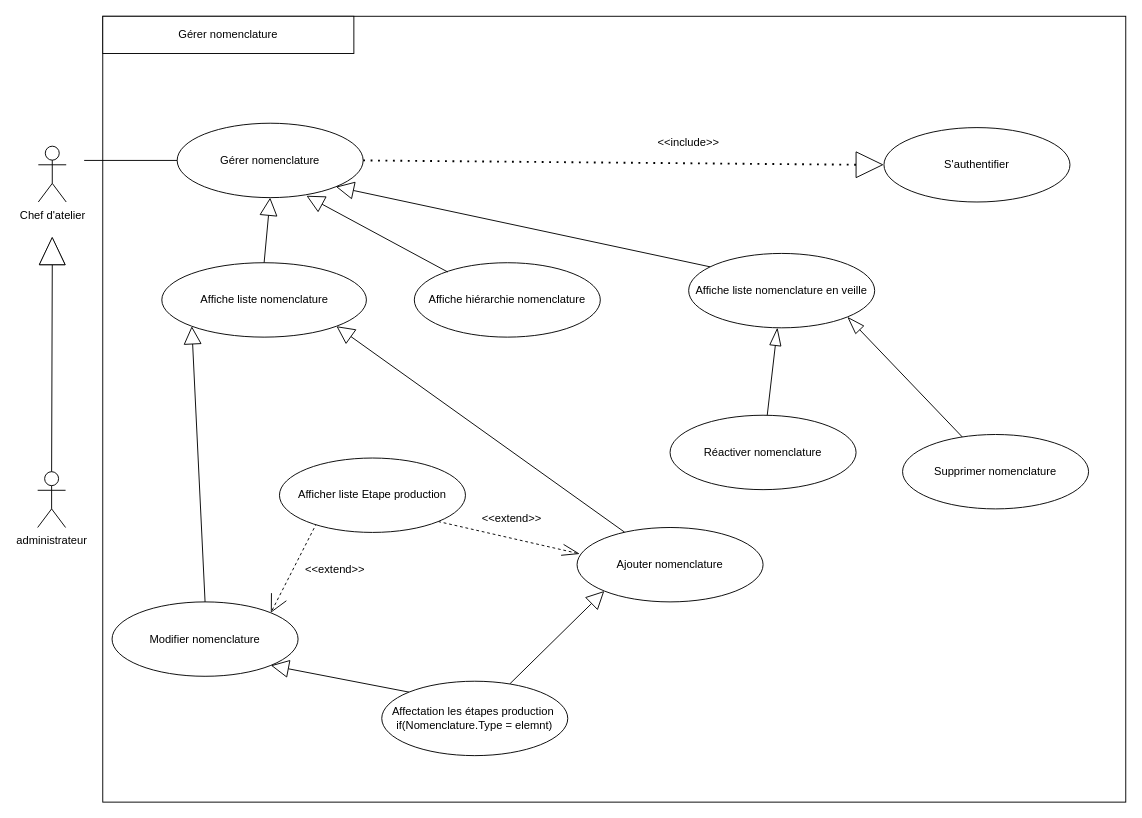
Earlier version of the draw.io diagram GérerNomenclature.drawio (AbdelazizBs/GPAO-SpringApp). Source tidied: cells renumbered, new cells numbered last; positions are measured from the earlier drawing's top-left corner, leaving out a move shared by most shapes. Both pictures are drawn from the tidied source at 93%, with x=0, y=0 at pixel (37, 16).
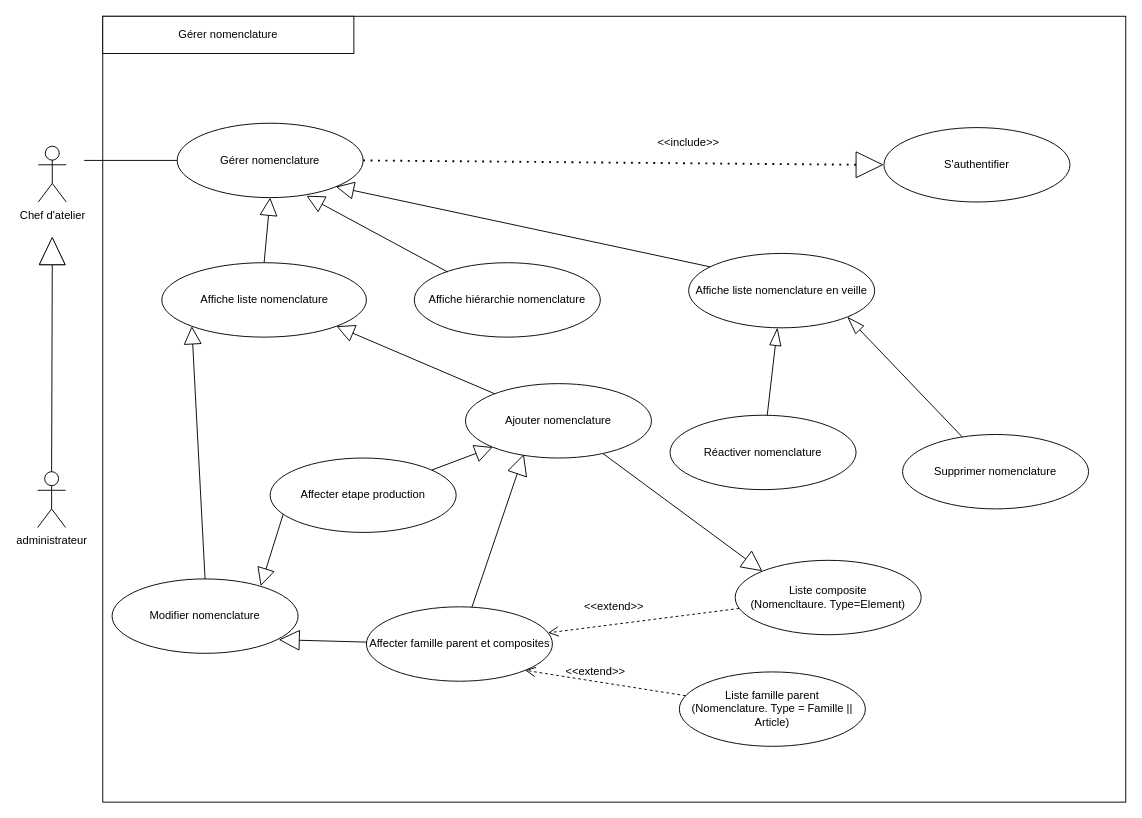
Above is the later version.

Commit message:
Mettre à jour GérerNomenclature.drawio

The change refers to these unchanged cells:
```xml
<mxCell id="5" value="Gérer nomenclature" style="ellipse;whiteSpace=wrap;html=1;" parent="1" vertex="1">
  <mxGeometry x="150" y="115" width="200" height="80" as="geometry" />
</mxCell>
<mxCell id="8" value="Affiche liste nomenclature" style="ellipse;whiteSpace=wrap;html=1;" parent="1" vertex="1">
  <mxGeometry x="133.5" y="265" width="220" height="80" as="geometry" />
</mxCell>
```

The edit, as a diff of the source:
```diff
@@
-    <mxCell id="12" style="rounded=0;jettySize=auto;html=1;exitX=0.2;exitY=0.875;exitDx=0;exitDy=0;endArrow=open;endFill=0;endSize=17;dashed=1;exitPerimeter=0;entryX=1;entryY=0;entryDx=0;entryDy=0;" parent="1" edge="1" source="23" target="13">
-      <mxGeometry relative="1" as="geometry" />
-    </mxCell>
     <mxCell id="13" value="Modifier nomenclature" style="ellipse;whiteSpace=wrap;html=1;" parent="1" vertex="1">
-      <mxGeometry x="80" y="629.7" width="200" height="80" as="geometry" />
+      <mxGeometry x="80" y="605" width="200" height="80" as="geometry" />
     </mxCell>
@@
-    <mxCell id="21" style="rounded=0;jettySize=auto;html=1;entryX=0.014;entryY=0.354;entryDx=0;entryDy=0;entryPerimeter=0;endArrow=openThin;endFill=0;endSize=17;dashed=1;exitX=1;exitY=1;exitDx=0;exitDy=0;" parent="1" edge="1" source="23" target="22">
-      <mxGeometry relative="1" as="geometry" />
-    </mxCell>
+    <mxCell id="37" style="rounded=0;jettySize=auto;html=1;entryX=0;entryY=0;entryDx=0;entryDy=0;endArrow=block;endFill=0;endSize=20;" parent="1" edge="1" source="22" target="40">
+      <mxGeometry relative="1" as="geometry" />
+    </mxCell>
     <mxCell id="22" value="Ajouter nomenclature" style="ellipse;whiteSpace=wrap;html=1;" parent="1" vertex="1">
-      <mxGeometry x="580" y="549.7" width="200" height="80" as="geometry" />
+      <mxGeometry x="460" y="395" width="200" height="80" as="geometry" />
     </mxCell>
+    <mxCell id="38" style="rounded=0;jettySize=auto;html=1;entryX=1;entryY=1;entryDx=0;entryDy=0;dashed=1;endSize=9;endArrow=open;endFill=0;" parent="1" edge="1" source="23" target="42">
+      <mxGeometry relative="1" as="geometry" />
+    </mxCell>
-    <mxCell id="23" value="Afficher liste Etape production" style="ellipse;whiteSpace=wrap;html=1;" parent="1" vertex="1">
-      <mxGeometry x="260" y="475" width="200" height="80" as="geometry" />
+    <mxCell id="23" value="Liste famille parent&lt;br&gt;(Nomenclature. Type = Famille || Article)" style="ellipse;whiteSpace=wrap;html=1;" parent="1" vertex="1">
+      <mxGeometry x="690" y="705" width="200" height="80" as="geometry" />
     </mxCell>
@@
-    <mxCell id="28" style="rounded=0;jettySize=auto;html=1;entryX=0;entryY=1;entryDx=0;entryDy=0;endSize=17;endArrow=block;endFill=0;" parent="1" edge="1" source="30" target="22">
+    <mxCell id="28" style="rounded=0;jettySize=auto;html=1;endSize=17;endArrow=block;endFill=0;entryX=0;entryY=1;entryDx=0;entryDy=0;" parent="1" edge="1" source="30" target="22">
       <mxGeometry relative="1" as="geometry" />
     </mxCell>
-    <mxCell id="29" style="rounded=0;jettySize=auto;html=1;exitX=0;exitY=0;exitDx=0;exitDy=0;entryX=1;entryY=1;entryDx=0;entryDy=0;endSize=17;endArrow=block;endFill=0;" parent="1" edge="1" source="30" target="13">
+    <mxCell id="29" style="rounded=0;jettySize=auto;html=1;exitX=0;exitY=0;exitDx=0;exitDy=0;endSize=17;endArrow=block;endFill=0;entryX=0.799;entryY=0.096;entryDx=0;entryDy=0;entryPerimeter=0;" parent="1" edge="1" source="30" target="13">
       <mxGeometry relative="1" as="geometry" />
     </mxCell>
-    <mxCell id="30" value="Affectation les étapes production&amp;nbsp;&lt;br&gt;if(Nomenclature.Type = elemnt)" style="ellipse;whiteSpace=wrap;html=1;" parent="1" vertex="1">
-      <mxGeometry x="370" y="715" width="200" height="80" as="geometry" />
+    <mxCell id="30" value="Affecter etape production" style="ellipse;whiteSpace=wrap;html=1;" parent="1" vertex="1">
+      <mxGeometry x="250" y="475" width="200" height="80" as="geometry" />
     </mxCell>
@@
     <mxCell id="34" value="&amp;lt;&amp;lt;extend&amp;gt;&amp;gt;" style="text;html=1;strokeColor=none;fillColor=none;align=center;verticalAlign=middle;whiteSpace=wrap;rounded=0;" parent="1" vertex="1">
-      <mxGeometry x="490" y="529.7" width="40" height="20" as="geometry" />
+      <mxGeometry x="600" y="625" width="40" height="20" as="geometry" />
     </mxCell>
+    <mxCell id="36" style="rounded=0;jettySize=auto;html=1;entryX=0.5;entryY=1;entryDx=0;entryDy=0;endArrow=block;endFill=0;endSize=17;exitX=0.5;exitY=0;exitDx=0;exitDy=0;" parent="1" edge="1" source="8" target="5">
+      <mxGeometry relative="1" as="geometry" />
+    </mxCell>
+    <mxCell id="39" style="rounded=0;jettySize=auto;html=1;endArrow=open;endFill=0;dashed=1;endSize=9;" parent="1" edge="1" source="40" target="42">
+      <mxGeometry relative="1" as="geometry" />
+    </mxCell>
+    <mxCell id="40" value="Liste composite&lt;br&gt;(Nomencltaure. Type=Element)" style="ellipse;whiteSpace=wrap;html=1;" parent="1" vertex="1">
+      <mxGeometry x="750" y="585" width="200" height="80" as="geometry" />
+    </mxCell>
+    <mxCell id="41" style="rounded=0;jettySize=auto;html=1;entryX=0.896;entryY=0.817;entryDx=0;entryDy=0;entryPerimeter=0;endArrow=block;endFill=0;endSize=20;" parent="1" edge="1" source="42" target="13">
+      <mxGeometry relative="1" as="geometry" />
+    </mxCell>
+    <mxCell id="42" value="Affecter famille parent et composites" style="ellipse;whiteSpace=wrap;html=1;" parent="1" vertex="1">
+      <mxGeometry x="353.5" y="635" width="200" height="80" as="geometry" />
+    </mxCell>
+    <mxCell id="43" style="rounded=0;jettySize=auto;html=1;entryX=0.314;entryY=0.949;entryDx=0;entryDy=0;entryPerimeter=0;endArrow=block;endFill=0;endSize=20;" parent="1" edge="1" source="42" target="22">
+      <mxGeometry relative="1" as="geometry" />
+    </mxCell>
     <mxCell id="35" value="&amp;lt;&amp;lt;extend&amp;gt;&amp;gt;" style="text;html=1;strokeColor=none;fillColor=none;align=center;verticalAlign=middle;whiteSpace=wrap;rounded=0;" parent="1" vertex="1">
-      <mxGeometry x="300" y="585" width="40" height="20" as="geometry" />
+      <mxGeometry x="580" y="695" width="40" height="20" as="geometry" />
     </mxCell>
-    <mxCell id="36" style="rounded=0;jettySize=auto;html=1;entryX=0.5;entryY=1;entryDx=0;entryDy=0;endArrow=block;endFill=0;endSize=17;exitX=0.5;exitY=0;exitDx=0;exitDy=0;" parent="1" edge="1" source="8" target="5">
-      <mxGeometry relative="1" as="geometry" />
-    </mxCell>
```
